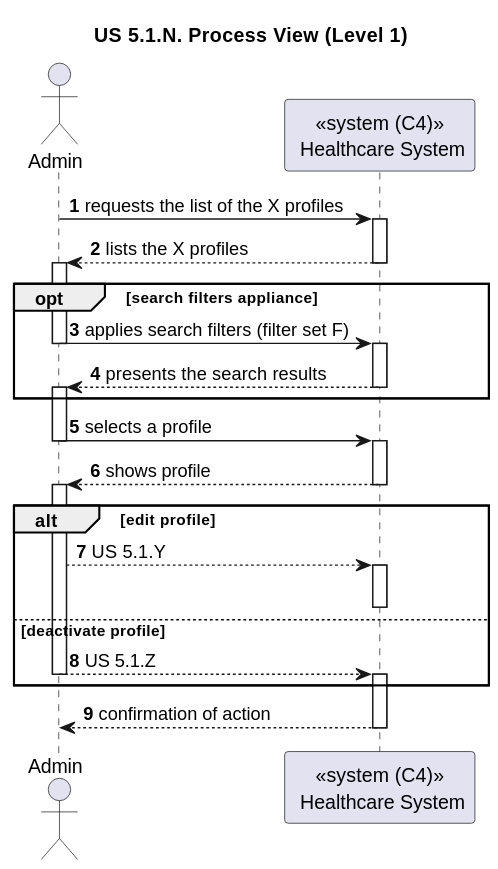
Above: docs/sprint-2/1220683/general-process-view-diagrams/listing-profiles/Level-1/listing-profile-us-process-view-lvl1.svg in rita-barbosa/LAPR5-2425 (PlantUML), before the change. Its diagram source:
```plantuml
@startuml

title "US 5.1.N. Process View (Level 1)"

autonumber

actor Admin as ADM
participant "<<system (C4)>>\n Healthcare System" as SYS

ADM -> SYS : requests the list of the X profiles
activate SYS

SYS --> ADM : lists the X profiles
deactivate SYS
activate ADM

deactivate ADM

    opt search filters appliance

        ADM -> SYS : applies search filters (filter set F)
        deactivate ADM
        activate SYS

        SYS --> ADM : presents the search results
        deactivate SYS
        activate ADM
    end opt

ADM -> SYS : selects a profile
deactivate ADM
activate SYS

SYS --> ADM : shows profile
deactivate SYS
activate ADM

    alt edit profile
        ADM --> SYS : US 5.1.Y
        activate SYS
        deactivate SYS

    else deactivate profile

        ADM --> SYS : US 5.1.Z
        deactivate ADM
        activate SYS

    end alt

SYS --> ADM : confirmation of action
deactivate SYS
@enduml
```
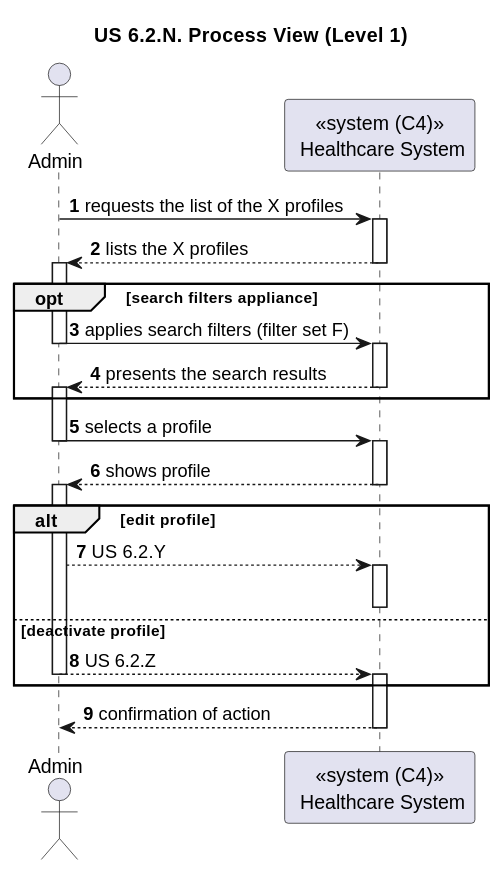
The same file after the commit.

Commit message:
DG38-225 | docs: design update and visualization process view updates

Change to the diagram source:
```diff
@@ -1,6 +1,6 @@
 @startuml
 
-title "US 5.1.N. Process View (Level 1)"
+title "US 6.2.N. Process View (Level 1)"
 
 autonumber
 
@@ -36,13 +36,13 @@
 activate ADM
 
     alt edit profile
-        ADM --> SYS : US 5.1.Y
+        ADM --> SYS : US 6.2.Y
         activate SYS
         deactivate SYS
 
     else deactivate profile
 
-        ADM --> SYS : US 5.1.Z
+        ADM --> SYS : US 6.2.Z
         deactivate ADM
         activate SYS
 
```
